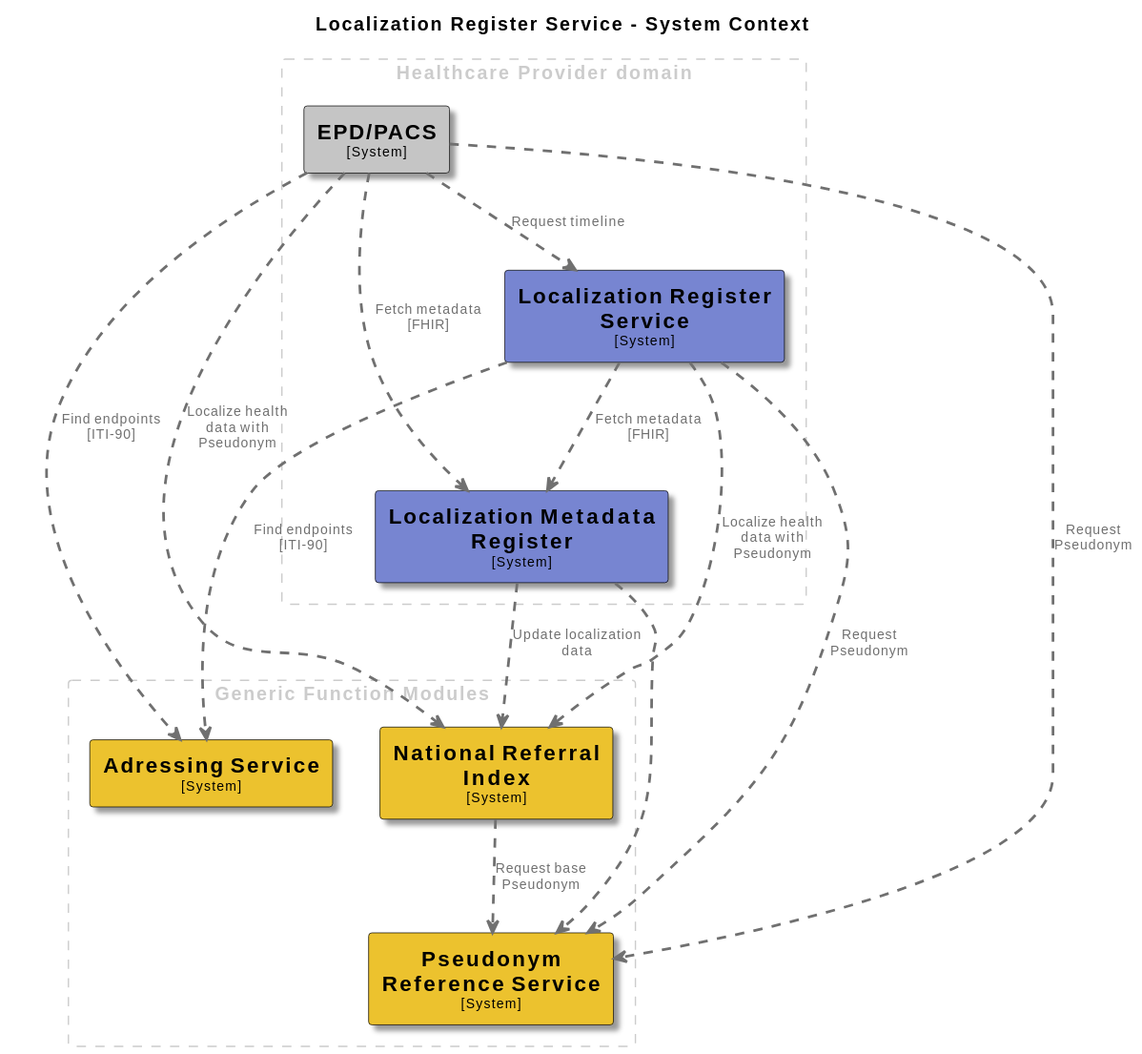
Earlier version of the PlantUML export docs/images/structurizr-Architecture.svg (minvws/gfmodules-coordination).
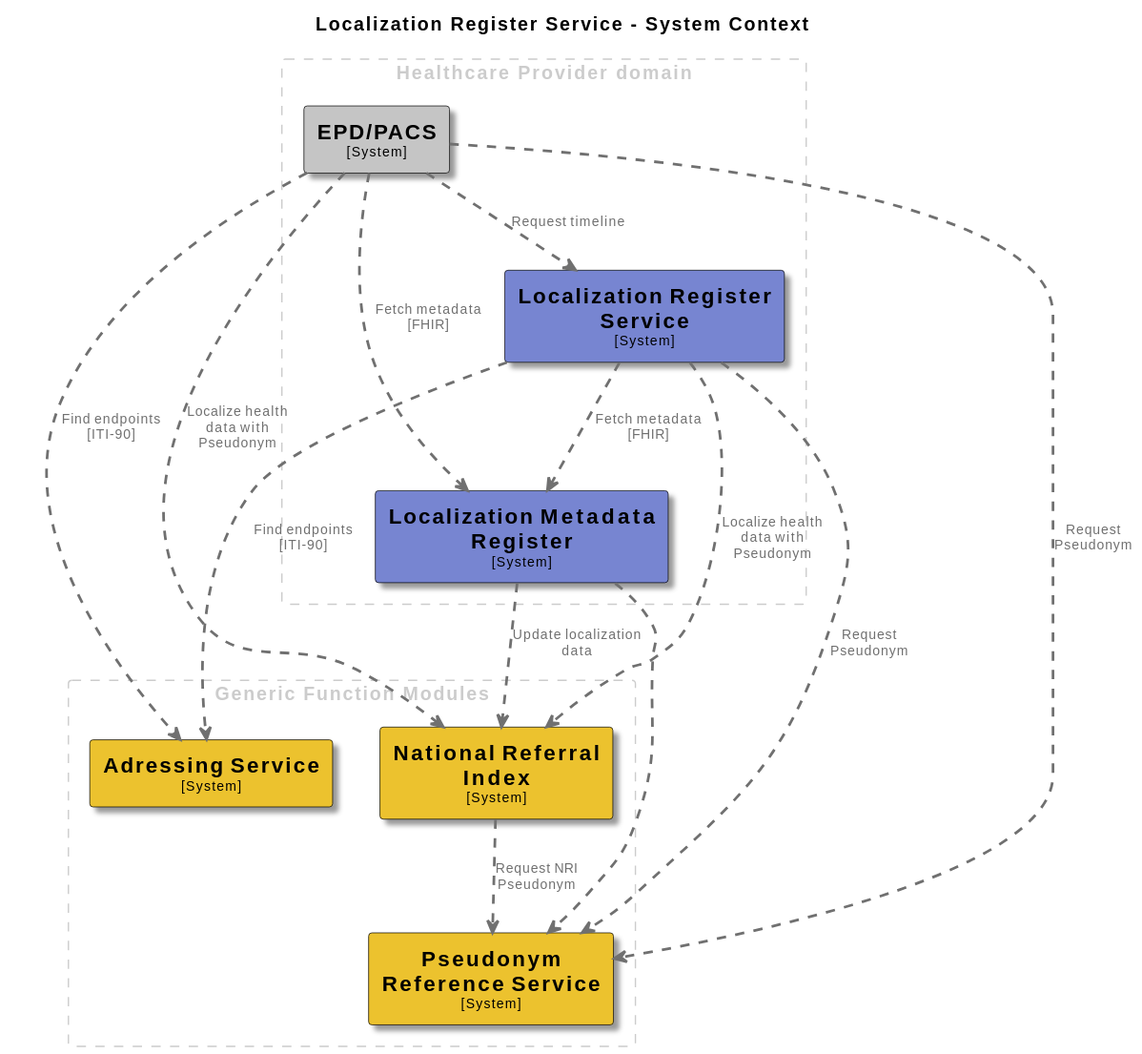
Above is the later version.

Change to the diagram source:
```diff
@@ -72,7 +72,7 @@
 
 
 LocalizationMetadataRegister .[#707070,thickness=2].> NationalReferralIndex : "<color:#707070>Update localization data"
-NationalReferralIndex .[#707070,thickness=2].> PseudonymReferenceService : "<color:#707070>Request base Pseudonym"
+NationalReferralIndex .[#707070,thickness=2].> PseudonymReferenceService : "<color:#707070>Request NRI Pseudonym"
 LocalizationMetadataRegister .[#707070,thickness=2].> PseudonymReferenceService : "<color:#707070>"
 LocalizationRegisterService .[#707070,thickness=2].> PseudonymReferenceService : "<color:#707070>Request Pseudonym"
 LocalizationRegisterService .[#707070,thickness=2].> NationalReferralIndex : "<color:#707070>Localize health data with Pseudonym"
```
